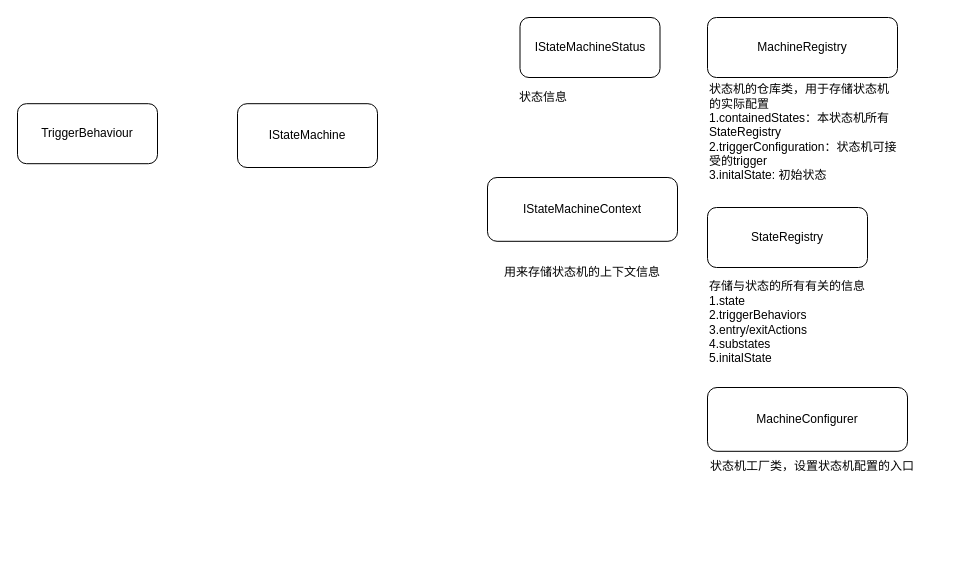
aoxiangdegezi/hello-world keeps this draw.io diagram as stateMachine.drawio. Above is the earlier version. Source tidied: cells renumbered, new cells numbered last; positions are measured from the earlier drawing's top-left corner, leaving out a move shared by most shapes. Both pictures are drawn from the tidied source at 100%, with x=0, y=0 at pixel (17, 17).
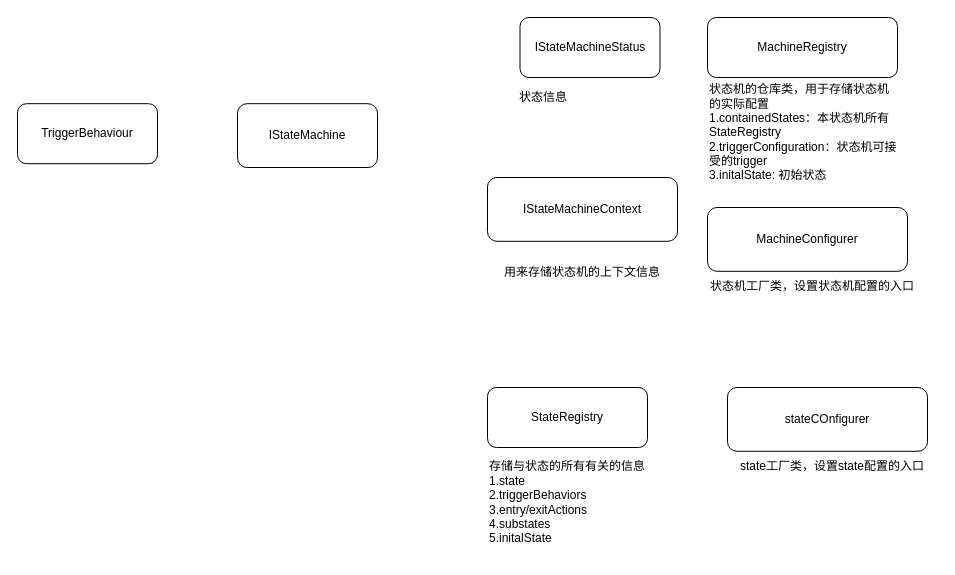
The same diagram, later.

What changed in the source:
```diff
@@
-    <mxCell id="4" style="group;" parent="1" vertex="1">
-      <mxGeometry x="690" y="190" width="210" height="180" as="geometry" />
-    </mxCell>
-    <mxCell id="5" value="StateRegistry" style="rounded=1;whiteSpace=wrap;html=1;" parent="4" vertex="1">
-      <mxGeometry width="160" height="60" as="geometry" />
-    </mxCell>
-    <mxCell id="6" value="存储与状态的所有有关的信息&lt;div&gt;1.state&lt;/div&gt;&lt;div&gt;2.triggerBehaviors&lt;/div&gt;&lt;div&gt;3.entry/exitActions&lt;/div&gt;&lt;div&gt;4.substates&lt;/div&gt;&lt;div&gt;5.initalState&lt;/div&gt;" style="text;strokeColor=none;align=left;fillColor=none;html=1;verticalAlign=middle;whiteSpace=wrap;rounded=0;" parent="4" vertex="1">
-      <mxGeometry y="60" width="210" height="110" as="geometry" />
-    </mxCell>
@@
     <mxCell id="10" style="group;" parent="1" vertex="1">
-      <mxGeometry x="690" y="370" width="210" height="93.8" as="geometry" />
+      <mxGeometry x="690" y="190" width="210" height="93.8" as="geometry" />
     </mxCell>
@@
+    <mxCell id="19" style="group;" parent="1" vertex="1">
+      <mxGeometry x="470" y="370" width="210" height="170" as="geometry" />
+    </mxCell>
+    <mxCell id="5" value="StateRegistry" style="rounded=1;whiteSpace=wrap;html=1;" parent="19" vertex="1">
+      <mxGeometry width="160" height="60" as="geometry" />
+    </mxCell>
+    <mxCell id="6" value="存储与状态的所有有关的信息&lt;div&gt;1.state&lt;/div&gt;&lt;div&gt;2.triggerBehaviors&lt;/div&gt;&lt;div&gt;3.entry/exitActions&lt;/div&gt;&lt;div&gt;4.substates&lt;/div&gt;&lt;div&gt;5.initalState&lt;/div&gt;" style="text;strokeColor=none;align=left;fillColor=none;html=1;verticalAlign=middle;whiteSpace=wrap;rounded=0;" parent="19" vertex="1">
+      <mxGeometry y="60" width="210" height="110" as="geometry" />
+    </mxCell>
+    <mxCell id="20" style="group;" parent="1" vertex="1">
+      <mxGeometry x="710" y="370" width="210" height="93.8" as="geometry" />
+    </mxCell>
+    <mxCell id="21" value="stateCOnfigurer" style="rounded=1;whiteSpace=wrap;html=1;" parent="20" vertex="1">
+      <mxGeometry width="200" height="63.8" as="geometry" />
+    </mxCell>
+    <mxCell id="22" value="state工厂类，设置state配置的入口" style="text;strokeColor=none;align=center;fillColor=none;html=1;verticalAlign=middle;whiteSpace=wrap;rounded=0;" parent="20" vertex="1">
+      <mxGeometry y="63.8" width="210" height="30" as="geometry" />
+    </mxCell>
```
